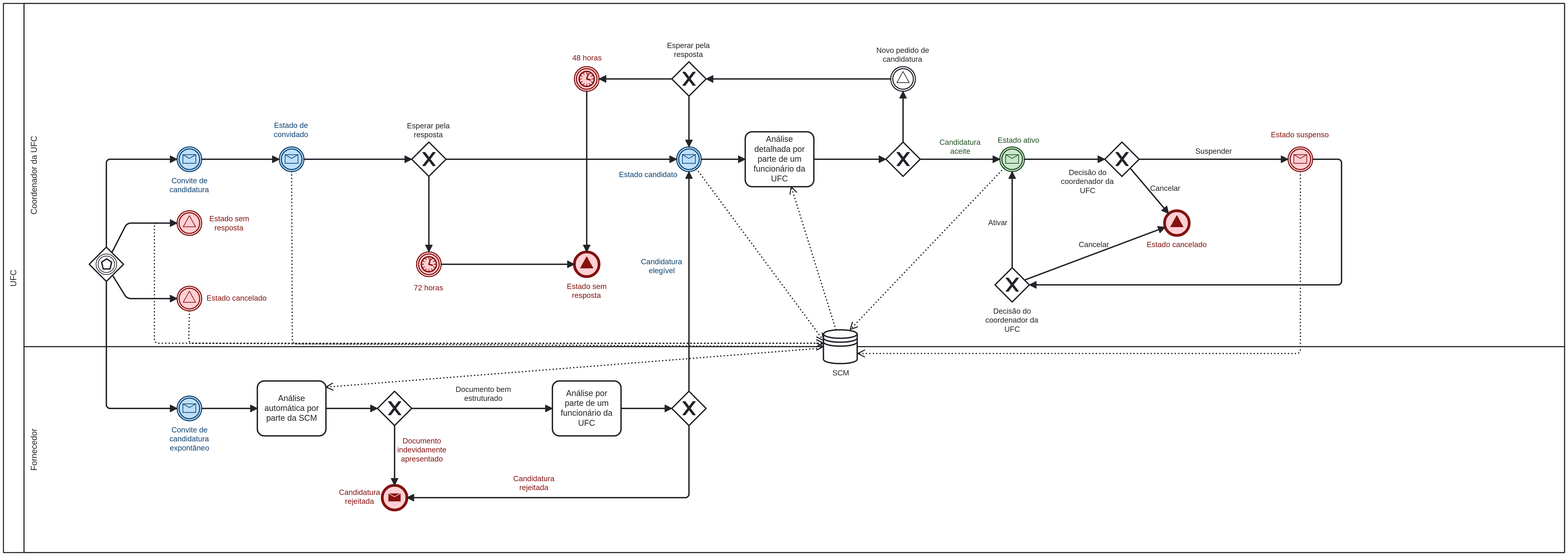
Earlier version of the BPMN export P1.png (joserlopes/AMS-SuperShop). Its source is kept beside it as P1.bpmn. Ids are renumbered.
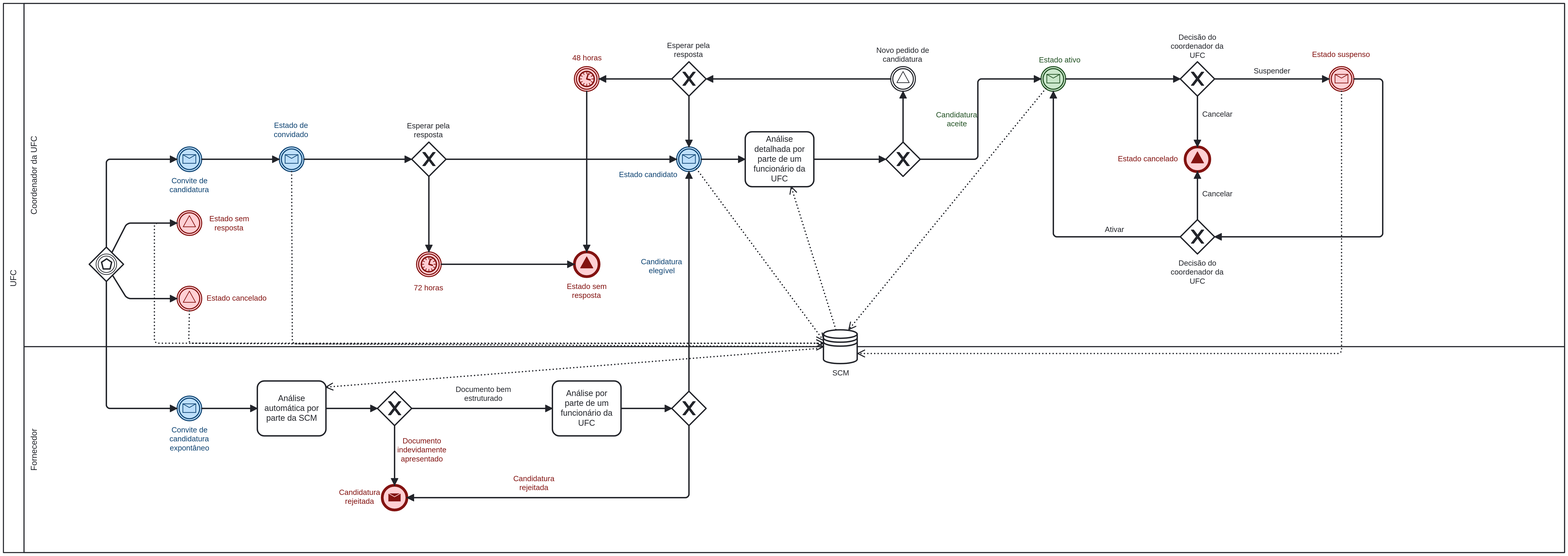
The same file after the commit.

Commit message:
Changed the diagram's layout.

Diff of the diagram source:
```diff
@@ -14,13 +14,10 @@
       </bpmn:lane>
       <bpmn:lane id="Lane_n13" name="Coordenador da UFC">
         <bpmn:flowNodeRef>StartEvent_1</bpmn:flowNodeRef>
-        <bpmn:flowNodeRef>Event_n14</bpmn:flowNodeRef>
         <bpmn:flowNodeRef>Gateway_n15</bpmn:flowNodeRef>
         <bpmn:flowNodeRef>Activity_n16</bpmn:flowNodeRef>
         <bpmn:flowNodeRef>Event_n17</bpmn:flowNodeRef>
         <bpmn:flowNodeRef>Event_n18</bpmn:flowNodeRef>
-        <bpmn:flowNodeRef>Event_n19</bpmn:flowNodeRef>
-        <bpmn:flowNodeRef>Gateway_n20</bpmn:flowNodeRef>
         <bpmn:flowNodeRef>Event_n21</bpmn:flowNodeRef>
         <bpmn:flowNodeRef>Event_n22</bpmn:flowNodeRef>
         <bpmn:flowNodeRef>Event_n23</bpmn:flowNodeRef>
@@ -29,22 +26,16 @@
         <bpmn:flowNodeRef>Gateway_n26</bpmn:flowNodeRef>
         <bpmn:flowNodeRef>Event_n27</bpmn:flowNodeRef>
         <bpmn:flowNodeRef>Event_n28</bpmn:flowNodeRef>
-        <bpmn:flowNodeRef>Gateway_n29</bpmn:flowNodeRef>
         <bpmn:flowNodeRef>Gateway_n30</bpmn:flowNodeRef>
         <bpmn:flowNodeRef>Event_n31</bpmn:flowNodeRef>
+        <bpmn:flowNodeRef>Gateway_n29</bpmn:flowNodeRef>
+        <bpmn:flowNodeRef>Event_n14</bpmn:flowNodeRef>
+        <bpmn:flowNodeRef>Gateway_n20</bpmn:flowNodeRef>
+        <bpmn:flowNodeRef>Event_n19</bpmn:flowNodeRef>
       </bpmn:lane>
     </bpmn:laneSet>
     <bpmn:sequenceFlow id="Flow_n32" sourceRef="Event_n7" targetRef="Activity_n8" />
     <bpmn:sequenceFlow id="Flow_n33" sourceRef="StartEvent_1" targetRef="Event_n21" />
-    <bpmn:intermediateCatchEvent id="Event_n14" name="Estado ativo">
-      <bpmn:incoming>Flow_n34</bpmn:incoming>
-      <bpmn:incoming>Flow_n35</bpmn:incoming>
-      <bpmn:outgoing>Flow_n36</bpmn:outgoing>
-      <bpmn:dataOutputAssociation id="DataOutputAssociation_n37">
-        <bpmn:targetRef>DataStoreReference_n38</bpmn:targetRef>
-      </bpmn:dataOutputAssociation>
-      <bpmn:messageEventDefinition id="MessageEventDefinition_n39" />
-    </bpmn:intermediateCatchEvent>
     <bpmn:intermediateCatchEvent id="Event_n7" name="Convite de candidatura expontâneo">
       <bpmn:incoming>Flow_n40</bpmn:incoming>
       <bpmn:outgoing>Flow_n32</bpmn:outgoing>
@@ -116,16 +107,6 @@
       </bpmn:dataOutputAssociation>
       <bpmn:signalEventDefinition id="SignalEventDefinition_n61" />
     </bpmn:intermediateCatchEvent>
-    <bpmn:sequenceFlow id="Flow_n36" sourceRef="Event_n14" targetRef="Gateway_n20" />
-    <bpmn:intermediateCatchEvent id="Event_n19" name="Estado suspenso">
-      <bpmn:incoming>Flow_n62</bpmn:incoming>
-      <bpmn:outgoing>Flow_n63</bpmn:outgoing>
-      <bpmn:dataOutputAssociation id="DataOutputAssociation_n64">
-        <bpmn:targetRef>DataStoreReference_n38</bpmn:targetRef>
-      </bpmn:dataOutputAssociation>
-      <bpmn:messageEventDefinition id="MessageEventDefinition_n65" />
-    </bpmn:intermediateCatchEvent>
-    <bpmn:sequenceFlow id="Flow_n62" name="Suspender" sourceRef="Gateway_n20" targetRef="Event_n19" />
     <bpmn:dataStoreReference id="DataStoreReference_n38" name="SCM" />
     <bpmn:sequenceFlow id="Flow_n51" sourceRef="Gateway_n15" targetRef="Event_n17" />
     <bpmn:intermediateCatchEvent id="Event_n22" name="Estado candidato">
@@ -156,12 +137,6 @@
       </bpmn:dataOutputAssociation>
       <bpmn:messageEventDefinition id="MessageEventDefinition_n76" />
     </bpmn:intermediateCatchEvent>
-    <bpmn:exclusiveGateway id="Gateway_n20" name="Decisão do coordenador da UFC">
-      <bpmn:incoming>Flow_n36</bpmn:incoming>
-      <bpmn:outgoing>Flow_n77</bpmn:outgoing>
-      <bpmn:outgoing>Flow_n62</bpmn:outgoing>
-    </bpmn:exclusiveGateway>
-    <bpmn:sequenceFlow id="Flow_n77" name="Cancelar" sourceRef="Gateway_n20" targetRef="Event_n31" />
     <bpmn:sequenceFlow id="Flow_n74" sourceRef="Event_n21" targetRef="Gateway_n24" />
     <bpmn:sequenceFlow id="Flow_n78" sourceRef="Gateway_n24" targetRef="Event_n25" />
     <bpmn:intermediateCatchEvent id="Event_n25" name="72 horas">
@@ -198,12 +173,6 @@
       <bpmn:signalEventDefinition id="SignalEventDefinition_n84" />
     </bpmn:intermediateCatchEvent>
     <bpmn:sequenceFlow id="Flow_n80" sourceRef="Event_n28" targetRef="Gateway_n26" />
-    <bpmn:sequenceFlow id="Flow_n63" sourceRef="Event_n19" targetRef="Gateway_n29" />
-    <bpmn:exclusiveGateway id="Gateway_n29" name="Decisão do coordenador da UFC">
-      <bpmn:incoming>Flow_n63</bpmn:incoming>
-      <bpmn:outgoing>Flow_n35</bpmn:outgoing>
-      <bpmn:outgoing>Flow_n85</bpmn:outgoing>
-    </bpmn:exclusiveGateway>
     <bpmn:sequenceFlow id="Flow_n34" name="Candidatura aceite" sourceRef="Gateway_n30" targetRef="Event_n14" />
     <bpmn:exclusiveGateway id="Gateway_n30">
       <bpmn:incoming>Flow_n55</bpmn:incoming>
@@ -211,12 +180,43 @@
       <bpmn:outgoing>Flow_n34</bpmn:outgoing>
     </bpmn:exclusiveGateway>
     <bpmn:sequenceFlow id="Flow_n35" name="Ativar" sourceRef="Gateway_n29" targetRef="Event_n14" />
+    <bpmn:sequenceFlow id="Flow_n36" sourceRef="Event_n14" targetRef="Gateway_n20" />
+    <bpmn:sequenceFlow id="Flow_n62" name="Suspender" sourceRef="Gateway_n20" targetRef="Event_n19" />
+    <bpmn:sequenceFlow id="Flow_n63" sourceRef="Event_n19" targetRef="Gateway_n29" />
+    <bpmn:sequenceFlow id="Flow_n77" name="Cancelar" sourceRef="Gateway_n20" targetRef="Event_n31" />
     <bpmn:sequenceFlow id="Flow_n85" name="Cancelar" sourceRef="Gateway_n29" targetRef="Event_n31" />
     <bpmn:endEvent id="Event_n31" name="Estado cancelado">
       <bpmn:incoming>Flow_n77</bpmn:incoming>
       <bpmn:incoming>Flow_n85</bpmn:incoming>
       <bpmn:signalEventDefinition id="SignalEventDefinition_n86" />
     </bpmn:endEvent>
+    <bpmn:exclusiveGateway id="Gateway_n29" name="Decisão do coordenador da UFC">
+      <bpmn:incoming>Flow_n63</bpmn:incoming>
+      <bpmn:outgoing>Flow_n35</bpmn:outgoing>
+      <bpmn:outgoing>Flow_n85</bpmn:outgoing>
+    </bpmn:exclusiveGateway>
+    <bpmn:intermediateCatchEvent id="Event_n14" name="Estado ativo">
+      <bpmn:incoming>Flow_n34</bpmn:incoming>
+      <bpmn:incoming>Flow_n35</bpmn:incoming>
+      <bpmn:outgoing>Flow_n36</bpmn:outgoing>
+      <bpmn:dataOutputAssociation id="DataOutputAssociation_n37">
+        <bpmn:targetRef>DataStoreReference_n38</bpmn:targetRef>
+      </bpmn:dataOutputAssociation>
+      <bpmn:messageEventDefinition id="MessageEventDefinition_n39" />
+    </bpmn:intermediateCatchEvent>
+    <bpmn:exclusiveGateway id="Gateway_n20" name="Decisão do coordenador da UFC">
+      <bpmn:incoming>Flow_n36</bpmn:incoming>
+      <bpmn:outgoing>Flow_n77</bpmn:outgoing>
+      <bpmn:outgoing>Flow_n62</bpmn:outgoing>
+    </bpmn:exclusiveGateway>
+    <bpmn:intermediateCatchEvent id="Event_n19" name="Estado suspenso">
+      <bpmn:incoming>Flow_n62</bpmn:incoming>
+      <bpmn:outgoing>Flow_n63</bpmn:outgoing>
+      <bpmn:dataOutputAssociation id="DataOutputAssociation_n64">
+        <bpmn:targetRef>DataStoreReference_n38</bpmn:targetRef>
+      </bpmn:dataOutputAssociation>
+      <bpmn:messageEventDefinition id="MessageEventDefinition_n65" />
+    </bpmn:intermediateCatchEvent>
   </bpmn:process>
   <bpmndi:BPMNDiagram id="BPMNDiagram_1">
     <bpmndi:BPMNPlane id="BPMNPlane_1" bpmnElement="Collaboration_n2">
@@ -236,12 +236,6 @@
         <dc:Bounds x="413" y="289" width="36" height="36" />
         <bpmndi:BPMNLabel>
           <dc:Bounds x="402" y="332" width="59" height="27" />
-        </bpmndi:BPMNLabel>
-      </bpmndi:BPMNShape>
-      <bpmndi:BPMNShape id="Event_n14_di" bpmnElement="Event_n14" bioc:stroke="#205022" bioc:fill="#c8e6c9" color:background-color="#c8e6c9" color:border-color="#205022">
-        <dc:Bounds x="1612" y="289" width="36" height="36" />
-        <bpmndi:BPMNLabel>
-          <dc:Bounds x="1609" y="273" width="61" height="14" />
         </bpmndi:BPMNLabel>
       </bpmndi:BPMNShape>
       <bpmndi:BPMNShape id="Event_1tdvj25_di" bpmnElement="Event_n7" bioc:stroke="#0d4372" bioc:fill="#bbdefb" color:background-color="#bbdefb" color:border-color="#0d4372">
@@ -289,22 +283,10 @@
           <dc:Bounds x="456" y="503" width="88" height="14" />
         </bpmndi:BPMNLabel>
       </bpmndi:BPMNShape>
-      <bpmndi:BPMNShape id="Event_09u00zi_di" bpmnElement="Event_n19" bioc:stroke="#831311" bioc:fill="#ffcdd2" color:background-color="#ffcdd2" color:border-color="#831311">
-        <dc:Bounds x="2032" y="289" width="36" height="36" />
-        <bpmndi:BPMNLabel>
-          <dc:Bounds x="2007" y="265" width="85" height="14" />
-        </bpmndi:BPMNLabel>
-      </bpmndi:BPMNShape>
       <bpmndi:BPMNShape id="DataStoreReference_n38_di" bpmnElement="DataStoreReference_n38">
         <dc:Bounds x="1355" y="555" width="50" height="50" />
         <bpmndi:BPMNLabel>
           <dc:Bounds x="1368" y="612" width="25" height="14" />
-        </bpmndi:BPMNLabel>
-      </bpmndi:BPMNShape>
-      <bpmndi:BPMNShape id="Gateway_n20_di" bpmnElement="Gateway_n20" isMarkerVisible="true">
-        <dc:Bounds x="1765" y="282" width="50" height="50" />
-        <bpmndi:BPMNLabel>
-          <dc:Bounds x="1701" y="320" width="78" height="40" />
         </bpmndi:BPMNLabel>
       </bpmndi:BPMNShape>
       <bpmndi:BPMNShape id="Event_0395yi7_di" bpmnElement="Event_n21" bioc:stroke="#0d4372" bioc:fill="#bbdefb" color:background-color="#bbdefb" color:border-color="#0d4372">
@@ -355,19 +337,37 @@
           <dc:Bounds x="1432" y="142" width="78" height="27" />
         </bpmndi:BPMNLabel>
       </bpmndi:BPMNShape>
-      <bpmndi:BPMNShape id="Gateway_n29_di" bpmnElement="Gateway_n29" isMarkerVisible="true">
-        <dc:Bounds x="1605" y="465" width="50" height="50" />
-        <bpmndi:BPMNLabel>
-          <dc:Bounds x="1591" y="522" width="78" height="40" />
-        </bpmndi:BPMNLabel>
-      </bpmndi:BPMNShape>
       <bpmndi:BPMNShape id="Gateway_1uytzdq_di" bpmnElement="Gateway_n30" isMarkerVisible="true">
         <dc:Bounds x="1446" y="282" width="50" height="50" />
       </bpmndi:BPMNShape>
       <bpmndi:BPMNShape id="Event_1decyc9_di" bpmnElement="Event_n31" bioc:stroke="#831311" bioc:fill="#ffcdd2" color:background-color="#ffcdd2" color:border-color="#831311">
-        <dc:Bounds x="1852" y="382" width="36" height="36" />
+        <dc:Bounds x="1882" y="289" width="36" height="36" />
         <bpmndi:BPMNLabel>
-          <dc:Bounds x="1826" y="425" width="88" height="14" />
+          <dc:Bounds x="1784" y="300" width="88" height="14" />
+        </bpmndi:BPMNLabel>
+      </bpmndi:BPMNShape>
+      <bpmndi:BPMNShape id="Gateway_n29_di" bpmnElement="Gateway_n29" isMarkerVisible="true">
+        <dc:Bounds x="1875" y="395" width="50" height="50" />
+        <bpmndi:BPMNLabel>
+          <dc:Bounds x="1861" y="452" width="78" height="40" />
+        </bpmndi:BPMNLabel>
+      </bpmndi:BPMNShape>
+      <bpmndi:BPMNShape id="Event_n14_di" bpmnElement="Event_n14" bioc:stroke="#205022" bioc:fill="#c8e6c9" color:background-color="#c8e6c9" color:border-color="#205022">
+        <dc:Bounds x="1672" y="172" width="36" height="36" />
+        <bpmndi:BPMNLabel>
+          <dc:Bounds x="1669" y="156" width="61" height="14" />
+        </bpmndi:BPMNLabel>
+      </bpmndi:BPMNShape>
+      <bpmndi:BPMNShape id="Gateway_n20_di" bpmnElement="Gateway_n20" isMarkerVisible="true">
+        <dc:Bounds x="1875" y="165" width="50" height="50" />
+        <bpmndi:BPMNLabel>
+          <dc:Bounds x="1861" y="123" width="78" height="40" />
+        </bpmndi:BPMNLabel>
+      </bpmndi:BPMNShape>
+      <bpmndi:BPMNShape id="Event_09u00zi_di" bpmnElement="Event_n19" bioc:stroke="#831311" bioc:fill="#ffcdd2" color:background-color="#ffcdd2" color:border-color="#831311">
+        <dc:Bounds x="2092" y="172" width="36" height="36" />
+        <bpmndi:BPMNLabel>
+          <dc:Bounds x="2067" y="148" width="85" height="14" />
         </bpmndi:BPMNLabel>
       </bpmndi:BPMNShape>
       <bpmndi:BPMNEdge id="Flow_n32_di" bpmnElement="Flow_n32">
@@ -445,27 +445,11 @@
       </bpmndi:BPMNEdge>
       <bpmndi:BPMNEdge id="Flow_n34_di" bpmnElement="Flow_n34">
         <di:waypoint x="1496" y="307" />
-        <di:waypoint x="1612" y="307" />
+        <di:waypoint x="1580" y="307" />
+        <di:waypoint x="1580" y="190" />
+        <di:waypoint x="1672" y="190" />
         <bpmndi:BPMNLabel color:color="#205022">
-          <dc:Bounds x="1524" y="276" width="61" height="27" />
-        </bpmndi:BPMNLabel>
-      </bpmndi:BPMNEdge>
-      <bpmndi:BPMNEdge id="Flow_n36_di" bpmnElement="Flow_n36">
-        <di:waypoint x="1648" y="307" />
-        <di:waypoint x="1765" y="307" />
-      </bpmndi:BPMNEdge>
-      <bpmndi:BPMNEdge id="Flow_n62_di" bpmnElement="Flow_n62">
-        <di:waypoint x="1815" y="307" />
-        <di:waypoint x="2032" y="307" />
-        <bpmndi:BPMNLabel>
-          <dc:Bounds x="1897" y="289" width="54" height="14" />
-        </bpmndi:BPMNLabel>
-      </bpmndi:BPMNEdge>
-      <bpmndi:BPMNEdge id="Flow_n77_di" bpmnElement="Flow_n77">
-        <di:waypoint x="1802" y="320" />
-        <di:waypoint x="1858" y="386" />
-        <bpmndi:BPMNLabel>
-          <dc:Bounds x="1831" y="343" width="45" height="14" />
+          <dc:Bounds x="1519" y="236" width="61" height="27" />
         </bpmndi:BPMNLabel>
       </bpmndi:BPMNEdge>
       <bpmndi:BPMNEdge id="Flow_n74_di" bpmnElement="Flow_n74">
@@ -504,24 +488,43 @@
         <di:waypoint x="1453" y="190" />
         <di:waypoint x="1184" y="190" />
       </bpmndi:BPMNEdge>
+      <bpmndi:BPMNEdge id="Flow_n35_di" bpmnElement="Flow_n35">
+        <di:waypoint x="1875" y="420" />
+        <di:waypoint x="1690" y="420" />
+        <di:waypoint x="1690" y="208" />
+        <bpmndi:BPMNLabel>
+          <dc:Bounds x="1765" y="403" width="29" height="14" />
+        </bpmndi:BPMNLabel>
+      </bpmndi:BPMNEdge>
+      <bpmndi:BPMNEdge id="Flow_n36_di" bpmnElement="Flow_n36">
+        <di:waypoint x="1708" y="190" />
+        <di:waypoint x="1875" y="190" />
+      </bpmndi:BPMNEdge>
+      <bpmndi:BPMNEdge id="Flow_n62_di" bpmnElement="Flow_n62">
+        <di:waypoint x="1925" y="190" />
+        <di:waypoint x="2092" y="190" />
+        <bpmndi:BPMNLabel>
+          <dc:Bounds x="1982" y="172" width="54" height="14" />
+        </bpmndi:BPMNLabel>
+      </bpmndi:BPMNEdge>
       <bpmndi:BPMNEdge id="Flow_n63_di" bpmnElement="Flow_n63">
-        <di:waypoint x="2068" y="307" />
-        <di:waypoint x="2110" y="307" />
-        <di:waypoint x="2110" y="490" />
-        <di:waypoint x="1655" y="490" />
+        <di:waypoint x="2128" y="190" />
+        <di:waypoint x="2170" y="190" />
+        <di:waypoint x="2170" y="420" />
+        <di:waypoint x="1925" y="420" />
       </bpmndi:BPMNEdge>
-      <bpmndi:BPMNEdge id="Flow_n35_di" bpmnElement="Flow_n35">
-        <di:waypoint x="1630" y="465" />
-        <di:waypoint x="1630" y="325" />
+      <bpmndi:BPMNEdge id="Flow_n77_di" bpmnElement="Flow_n77">
+        <di:waypoint x="1900" y="215" />
+        <di:waypoint x="1900" y="289" />
         <bpmndi:BPMNLabel>
-          <dc:Bounds x="1595" y="393" width="29" height="14" />
+          <dc:Bounds x="1907" y="235" width="45" height="14" />
         </bpmndi:BPMNLabel>
       </bpmndi:BPMNEdge>
       <bpmndi:BPMNEdge id="Flow_n85_di" bpmnElement="Flow_n85">
-        <di:waypoint x="1648" y="483" />
-        <di:waypoint x="1853" y="406" />
+        <di:waypoint x="1900" y="395" />
+        <di:waypoint x="1900" y="325" />
         <bpmndi:BPMNLabel>
-          <dc:Bounds x="1727" y="425" width="45" height="14" />
+          <dc:Bounds x="1907" y="351" width="45" height="14" />
         </bpmndi:BPMNLabel>
       </bpmndi:BPMNEdge>
       <bpmndi:BPMNEdge id="DataOutputAssociation_n68_di" bpmnElement="DataOutputAssociation_n68">
@@ -529,16 +532,16 @@
         <di:waypoint x="1355" y="571" />
       </bpmndi:BPMNEdge>
       <bpmndi:BPMNEdge id="DataOutputAssociation_n37_di" bpmnElement="DataOutputAssociation_n37">
-        <di:waypoint x="1618" y="320" />
-        <di:waypoint x="1394" y="555" />
+        <di:waypoint x="1679" y="204" />
+        <di:waypoint x="1392" y="555" />
       </bpmndi:BPMNEdge>
       <bpmndi:BPMNEdge id="DataInputAssociation_n57_di" bpmnElement="DataInputAssociation_n57">
         <di:waypoint x="1373" y="555" />
         <di:waypoint x="1308" y="347" />
       </bpmndi:BPMNEdge>
       <bpmndi:BPMNEdge id="DataOutputAssociation_n64_di" bpmnElement="DataOutputAssociation_n64">
-        <di:waypoint x="2050" y="325" />
-        <di:waypoint x="2050" y="590" />
+        <di:waypoint x="2110" y="208" />
+        <di:waypoint x="2110" y="590" />
         <di:waypoint x="1405" y="590" />
       </bpmndi:BPMNEdge>
       <bpmndi:BPMNEdge id="DataOutputAssociation_n58_di" bpmnElement="DataOutputAssociation_n58">
```
